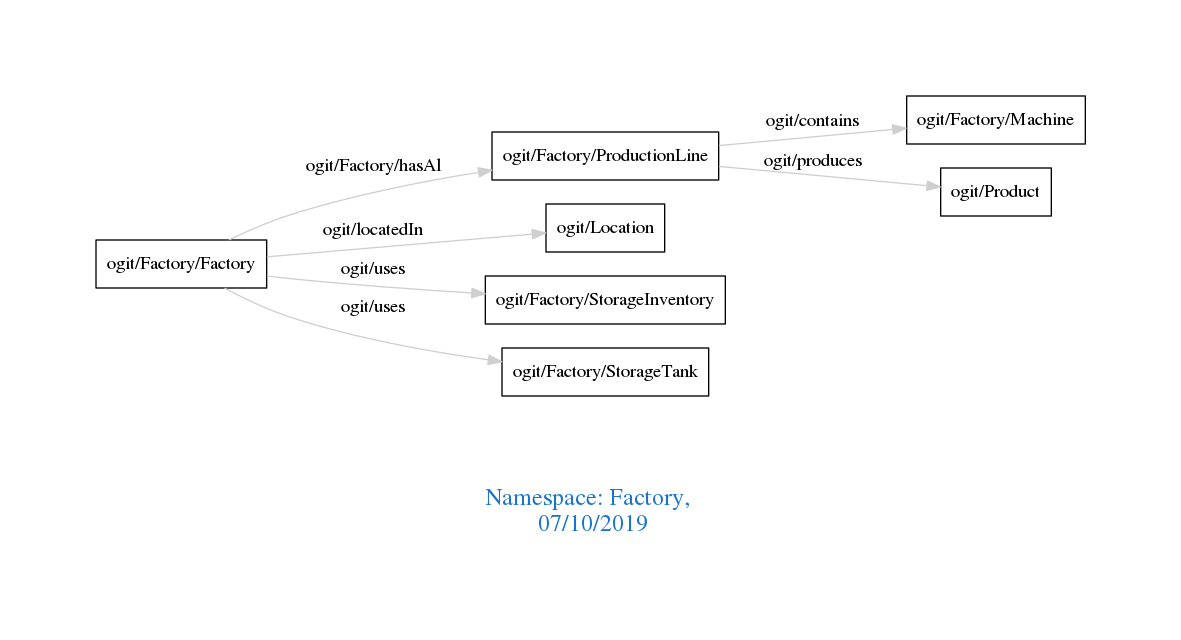
Above: downloads/Factory.png in arago/OGIT (Graphviz), before the change. Its source is kept beside it as downloads/Factory.dot.
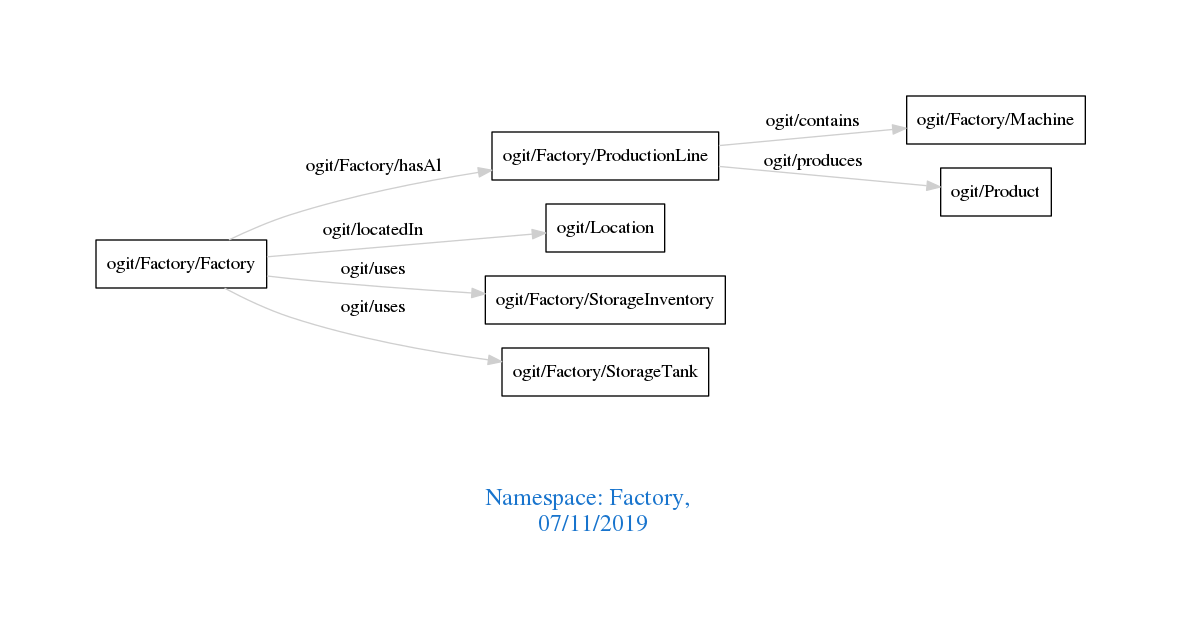
After the commit.

Change to the diagram source:
```diff
@@ -1,7 +1,7 @@
 digraph OGIT_ontology {
  graph [ rankdir= LR,pad=1
 fontsize = 18,
-fontcolor= dodgerblue3,label = "\n\n\nNamespace: Factory, \n 07/10/2019"];
+fontcolor= dodgerblue3,label = "\n\n\nNamespace: Factory, \n 07/11/2019"];
 node[shape=polygon];
 edge [  color="gray81"];
 
```
